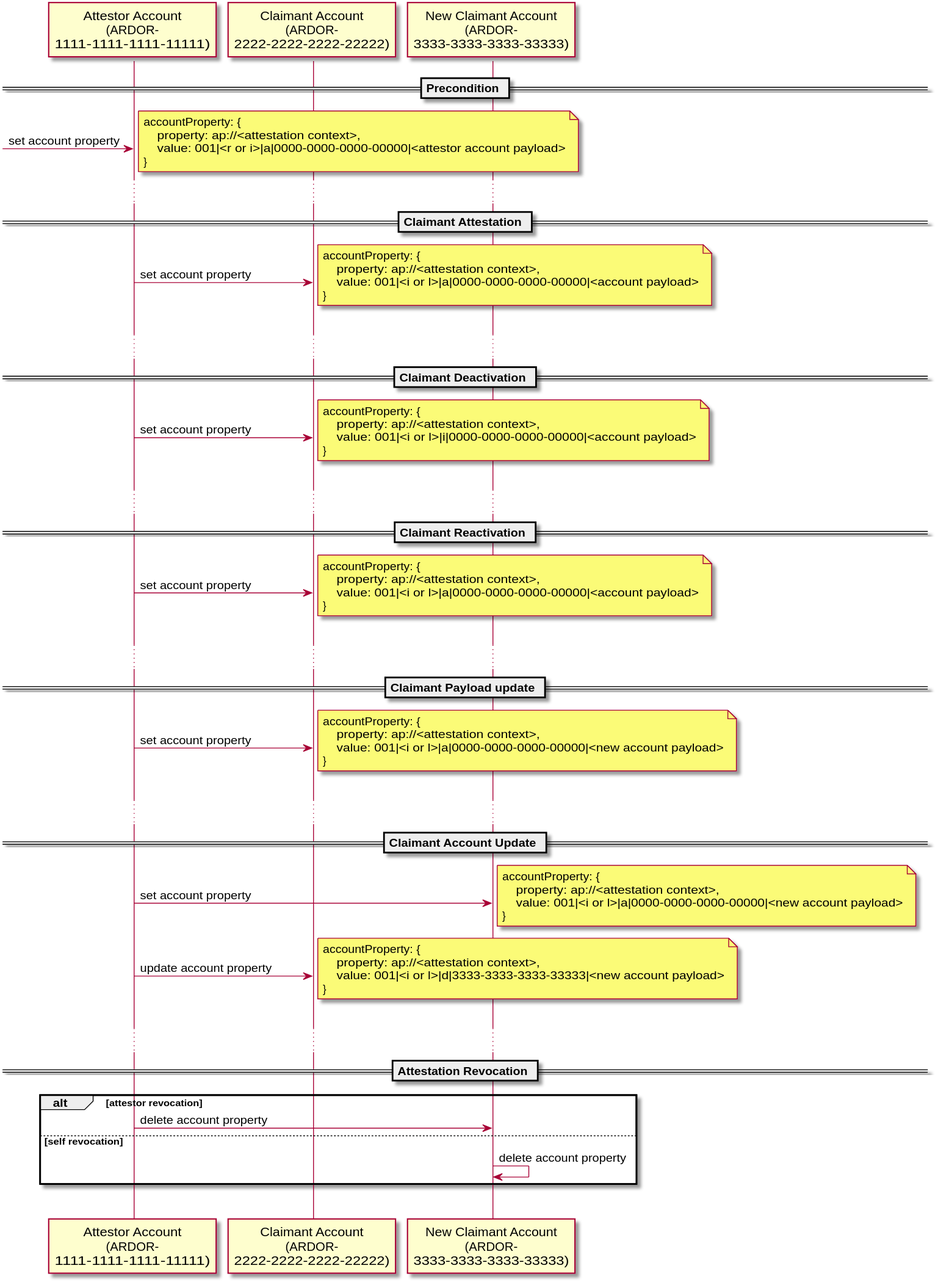
The PlantUML diagram docs/plantUml/out/attestation-protocol/protocol-attestation-workflow/protocol-attestation-workflow.svg in masterbtc/documentation-1, before a commit. Source of this version:
```plantuml
@startuml


participant "Attestor Account\n(ARDOR-\n1111-1111-1111-11111)" as ATTE
participant "Claimant Account\n(ARDOR-\n2222-2222-2222-22222)" as CLAI
participant "New Claimant Account\n(ARDOR-\n3333-3333-3333-33333)" as NCLAI


== Precondition ==
[-> ATTE: set account property
note right
    accountProperty: {
        property: ap://<attestation context>,
        value: 001|<r or i>|a|0000-0000-0000-00000|<attestor account payload>
    }
end note


...
== Claimant Attestation ==

ATTE -> CLAI: set account property
note right
    accountProperty: {
        property: ap://<attestation context>,
        value: 001|<i or l>|a|0000-0000-0000-00000|<account payload>
    }
end note
|||


...
== Claimant Deactivation ==

ATTE -> CLAI: set account property
note right
    accountProperty: {
        property: ap://<attestation context>,
        value: 001|<i or l>|i|0000-0000-0000-00000|<account payload>
    }
end note
|||


...
== Claimant Reactivation ==

ATTE -> CLAI: set account property
note right
    accountProperty: {
        property: ap://<attestation context>,
        value: 001|<i or l>|a|0000-0000-0000-00000|<account payload>
    }
end note
|||


...
== Claimant Payload update ==

ATTE -> CLAI: set account property
note right
    accountProperty: {
        property: ap://<attestation context>,
        value: 001|<i or l>|a|0000-0000-0000-00000|<new account payload>
    }
end note
|||


...
== Claimant Account Update ==

ATTE -> NCLAI: set account property
note right
    accountProperty: {
        property: ap://<attestation context>,
        value: 001|<i or l>|a|0000-0000-0000-00000|<new account payload>
    }
end note


ATTE -> CLAI: update account property
note right
    accountProperty: {
        property: ap://<attestation context>,
        value: 001|<i or l>|d|3333-3333-3333-33333|<new account payload>
    }
end note
|||


...
== Attestation Revocation ==

alt attestor revocation
    ATTE -> NCLAI: delete account property
else self revocation
    NCLAI -> NCLAI: delete account property
end
|||


@enduml
```
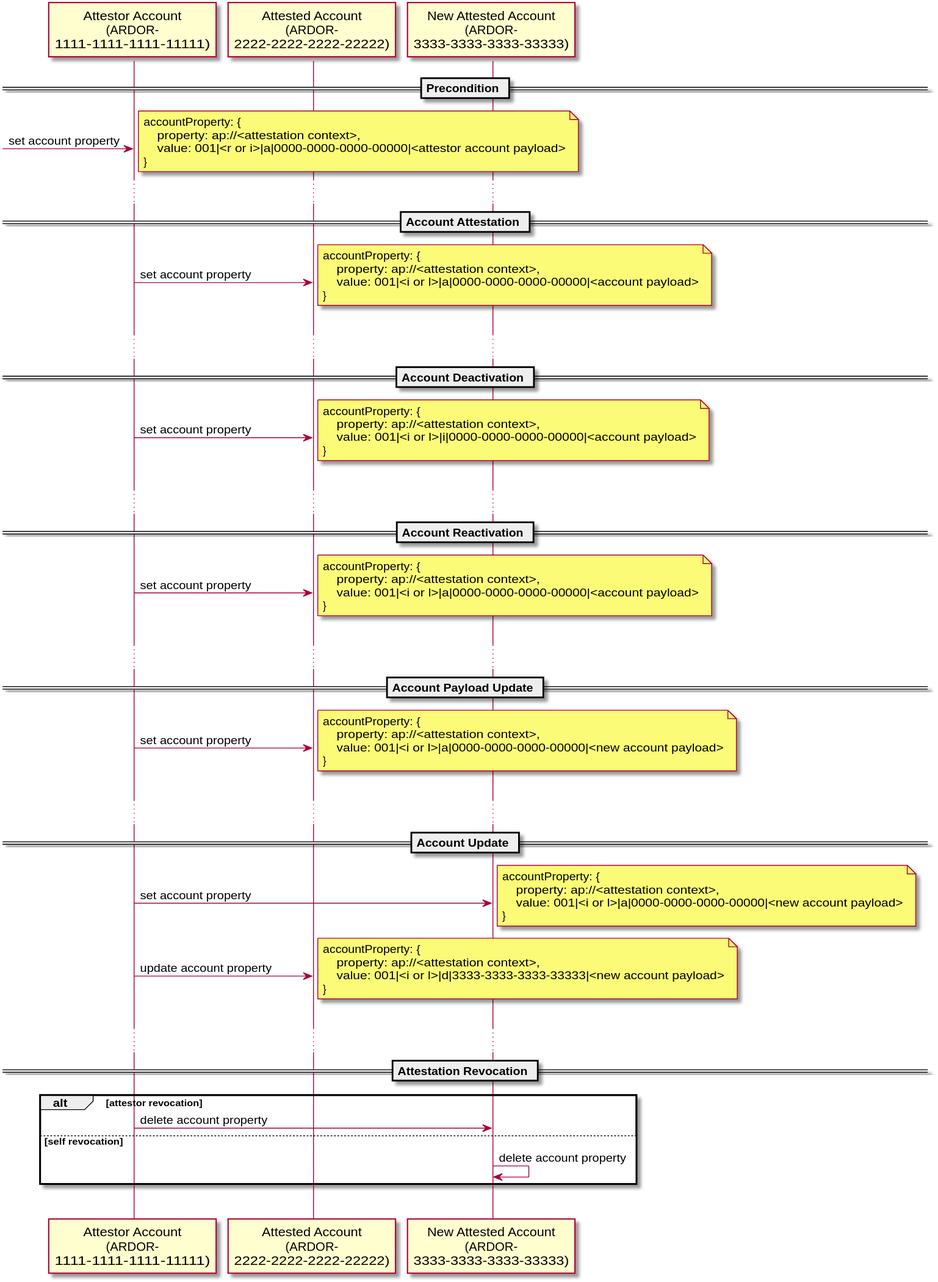
After the commit.

Commit message:
changed wording to attested account and data object

The edit, as a diff of the source:
```diff
@@ -2,8 +2,8 @@
 
 
 participant "Attestor Account\n(ARDOR-\n1111-1111-1111-11111)" as ATTE
-participant "Claimant Account\n(ARDOR-\n2222-2222-2222-22222)" as CLAI
-participant "New Claimant Account\n(ARDOR-\n3333-3333-3333-33333)" as NCLAI
+participant "Attested Account\n(ARDOR-\n2222-2222-2222-22222)" as CLAI
+participant "New Attested Account\n(ARDOR-\n3333-3333-3333-33333)" as NCLAI
 
 
 == Precondition ==
@@ -17,7 +17,7 @@
 
 
 ...
-== Claimant Attestation ==
+== Account Attestation ==
 
 ATTE -> CLAI: set account property
 note right
@@ -30,7 +30,7 @@
 
 
 ...
-== Claimant Deactivation ==
+== Account Deactivation ==
 
 ATTE -> CLAI: set account property
 note right
@@ -43,7 +43,7 @@
 
 
 ...
-== Claimant Reactivation ==
+== Account Reactivation ==
 
 ATTE -> CLAI: set account property
 note right
@@ -56,7 +56,7 @@
 
 
 ...
-== Claimant Payload update ==
+== Account Payload Update ==
 
 ATTE -> CLAI: set account property
 note right
@@ -69,7 +69,7 @@
 
 
 ...
-== Claimant Account Update ==
+== Account Update ==
 
 ATTE -> NCLAI: set account property
 note right
```
